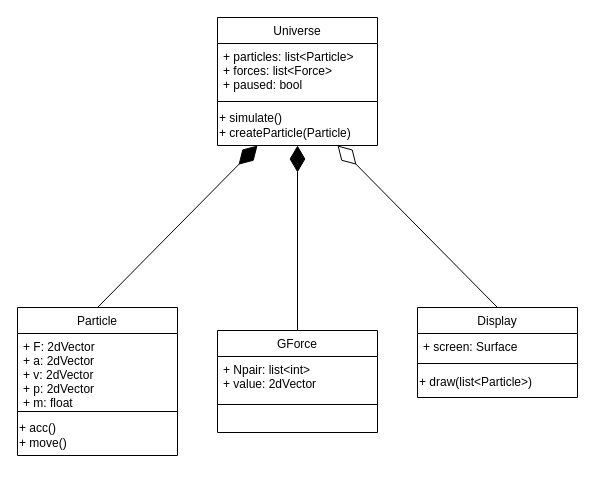
RobJHill2/GravSim keeps this draw.io diagram as Class Diagram.drawio. Above is the earlier version. Source tidied: cells renumbered, new cells numbered last; positions are measured from the earlier drawing's top-left corner, leaving out a move shared by most shapes. Both pictures are drawn from the tidied source at 100%, with x=0, y=0 at pixel (17, 17).
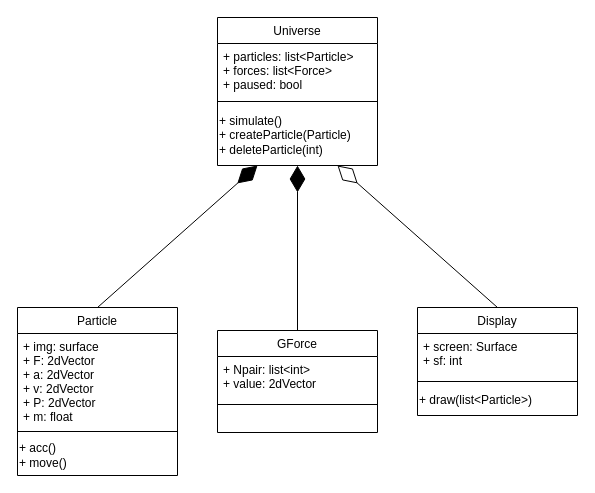
Above is the later version.

Diff of the diagram source:
```diff
@@
     <mxCell id="2" value="Universe" style="swimlane;fontStyle=0;align=center;verticalAlign=top;horizontal=1;startSize=26;rounded=0;shadow=0;strokeWidth=1;" parent="1" vertex="1">
-      <mxGeometry x="200" width="160" height="128" as="geometry" />
+      <mxGeometry x="200" width="160" height="148" as="geometry" />
     </mxCell>
@@
-    <mxCell id="5" value="+ simulate()&lt;div&gt;+ createParticle(Particle)&lt;/div&gt;" style="text;html=1;align=left;verticalAlign=middle;strokeColor=none;fillColor=none;" parent="2" vertex="1">
-      <mxGeometry y="88" width="160" height="40" as="geometry" />
+    <mxCell id="5" value="+ simulate()&lt;div&gt;+ createParticle(Particle)&lt;/div&gt;&lt;div&gt;+ deleteParticle(int)&lt;/div&gt;" style="text;html=1;align=left;verticalAlign=middle;strokeColor=none;fillColor=none;" parent="2" vertex="1">
+      <mxGeometry y="88" width="160" height="60" as="geometry" />
     </mxCell>
     <mxCell id="6" value="Particle" style="swimlane;fontStyle=0;align=center;verticalAlign=top;horizontal=1;startSize=26;rounded=0;shadow=0;strokeWidth=1;" parent="1" vertex="1">
-      <mxGeometry y="290" width="160" height="148" as="geometry" />
+      <mxGeometry y="290" width="160" height="168" as="geometry" />
     </mxCell>
-    <mxCell id="7" value="+ F: 2dVector&#10;+ a: 2dVector&#10;+ v: 2dVector&#10;+ p: 2dVector&#10;+ m: float" style="text;align=left;verticalAlign=top;spacingLeft=4;spacingRight=4;overflow=hidden;rounded=0;shadow=0;html=0;" parent="6" vertex="1">
-      <mxGeometry y="26" width="160" height="74" as="geometry" />
+    <mxCell id="7" value="+ img: surface&#10;+ F: 2dVector&#10;+ a: 2dVector&#10;+ v: 2dVector&#10;+ P: 2dVector&#10;+ m: float" style="text;align=left;verticalAlign=top;spacingLeft=4;spacingRight=4;overflow=hidden;rounded=0;shadow=0;html=0;" parent="6" vertex="1">
+      <mxGeometry y="26" width="160" height="94" as="geometry" />
     </mxCell>
     <mxCell id="8" style="line;html=1;strokeWidth=1;align=left;verticalAlign=middle;spacingTop=-1;spacingLeft=3;spacingRight=3;labelPosition=right;" parent="6" vertex="1">
-      <mxGeometry y="100" width="160" height="8" as="geometry" />
+      <mxGeometry y="120" width="160" height="8" as="geometry" />
     </mxCell>
     <mxCell id="9" value="+ acc()&lt;div&gt;+ move()&amp;nbsp;&lt;/div&gt;" style="text;html=1;align=left;verticalAlign=middle;strokeColor=none;fillColor=none;" parent="6" vertex="1">
-      <mxGeometry y="108" width="160" height="40" as="geometry" />
+      <mxGeometry y="128" width="160" height="40" as="geometry" />
     </mxCell>
     <mxCell id="10" value="Display" style="swimlane;fontStyle=0;align=center;verticalAlign=top;horizontal=1;startSize=26;rounded=0;shadow=0;strokeWidth=1;" parent="1" vertex="1">
-      <mxGeometry x="400" y="290" width="160" height="90" as="geometry" />
+      <mxGeometry x="400" y="290" width="160" height="108" as="geometry" />
     </mxCell>
-    <mxCell id="11" value="+ screen: Surface" style="text;align=left;verticalAlign=top;spacingLeft=4;spacingRight=4;overflow=hidden;rounded=0;shadow=0;html=0;" parent="10" vertex="1">
-      <mxGeometry y="26" width="160" height="26" as="geometry" />
+    <mxCell id="11" value="+ screen: Surface&#10;+ sf: int" style="text;align=left;verticalAlign=top;spacingLeft=4;spacingRight=4;overflow=hidden;rounded=0;shadow=0;html=0;" parent="10" vertex="1">
+      <mxGeometry y="26" width="160" height="44" as="geometry" />
     </mxCell>
     <mxCell id="12" style="line;html=1;strokeWidth=1;align=left;verticalAlign=middle;spacingTop=-1;spacingLeft=3;spacingRight=3;labelPosition=right;" parent="10" vertex="1">
-      <mxGeometry y="52" width="160" height="8" as="geometry" />
+      <mxGeometry y="70" width="160" height="8" as="geometry" />
     </mxCell>
     <mxCell id="13" value="+ draw(list&amp;lt;Particle&amp;gt;)" style="text;html=1;align=left;verticalAlign=middle;strokeColor=none;fillColor=none;" parent="10" vertex="1">
-      <mxGeometry y="60" width="160" height="30" as="geometry" />
+      <mxGeometry y="78" width="160" height="30" as="geometry" />
     </mxCell>
```
